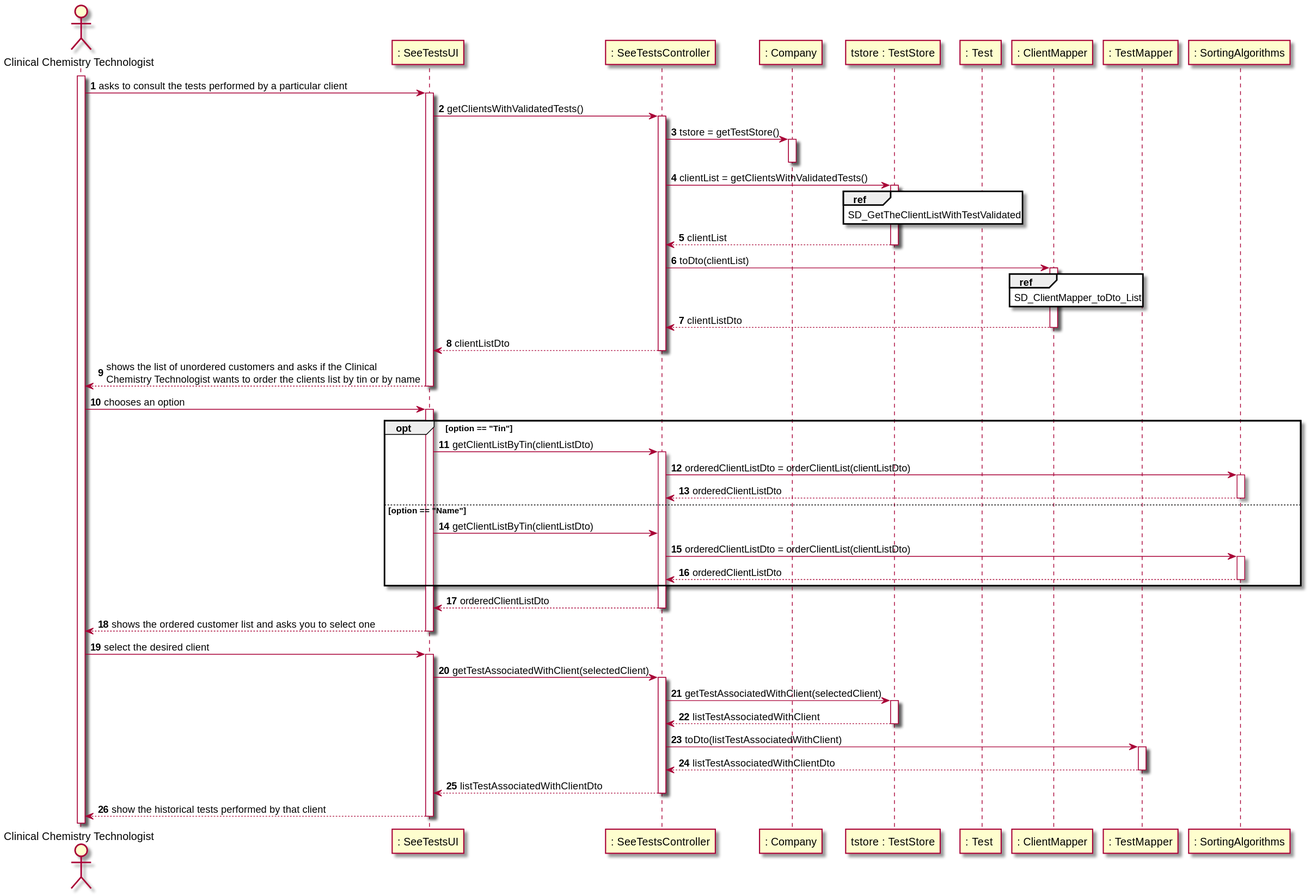
Above: docs/SprintD/US13/US13_SD.svg in manu-07-ela/LAPR2_ISEP (PlantUML), before the change.
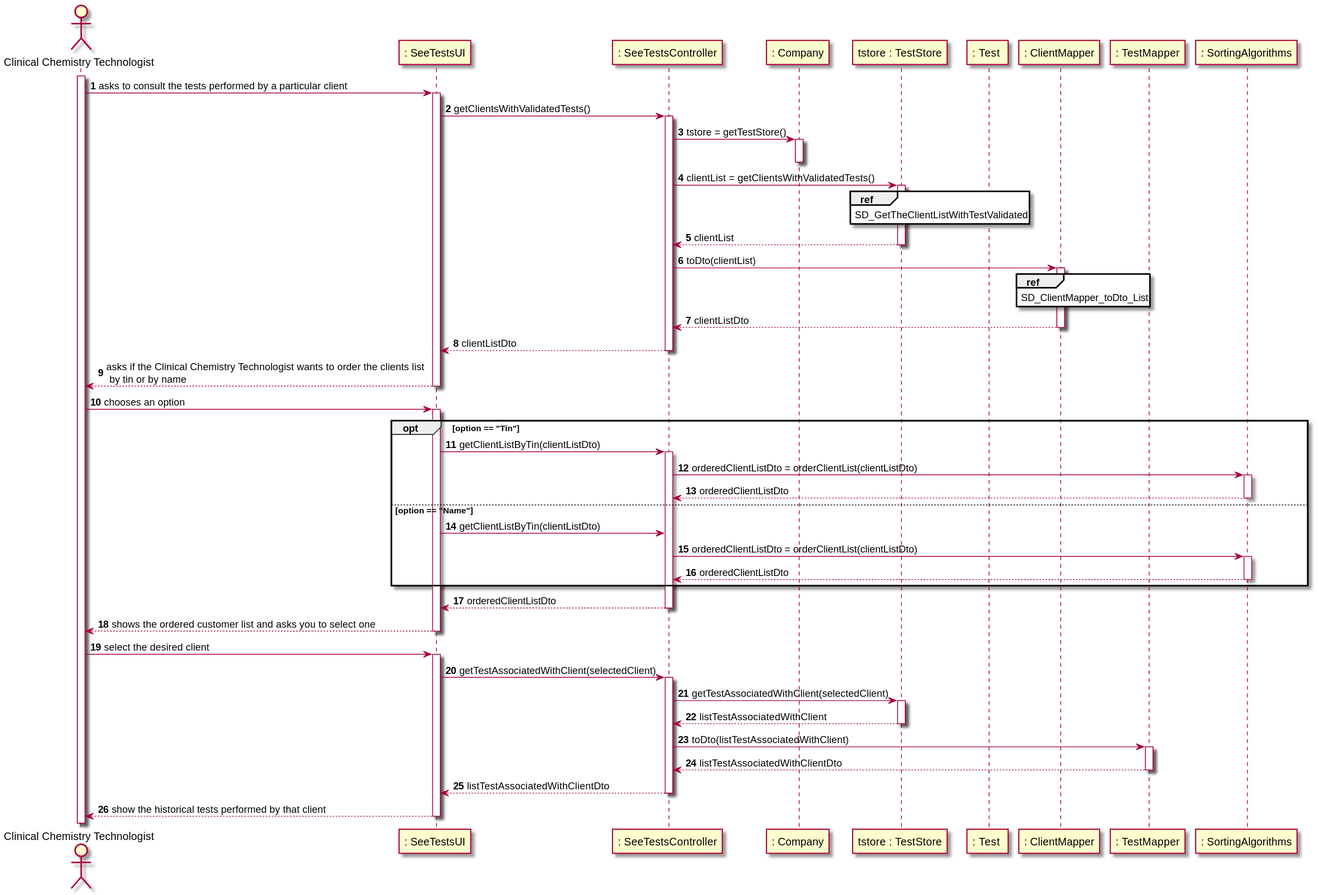
The same diagram one commit later.

Change to the diagram source:
```diff
@@ -36,7 +36,7 @@
 deactivate TESTSTORE
 CONTROLLER-->UI : clientListDto
 deactivate CONTROLLER
-UI --> CCT : shows the list of unordered customers and asks if the Clinical \nChemistry Technologist wants to order the clients list by tin or by name
+UI --> CCT : asks if the Clinical Chemistry Technologist wants to order the clients list \n by tin or by name
 deactivate UI
 
 CCT -> UI : chooses an option
```
